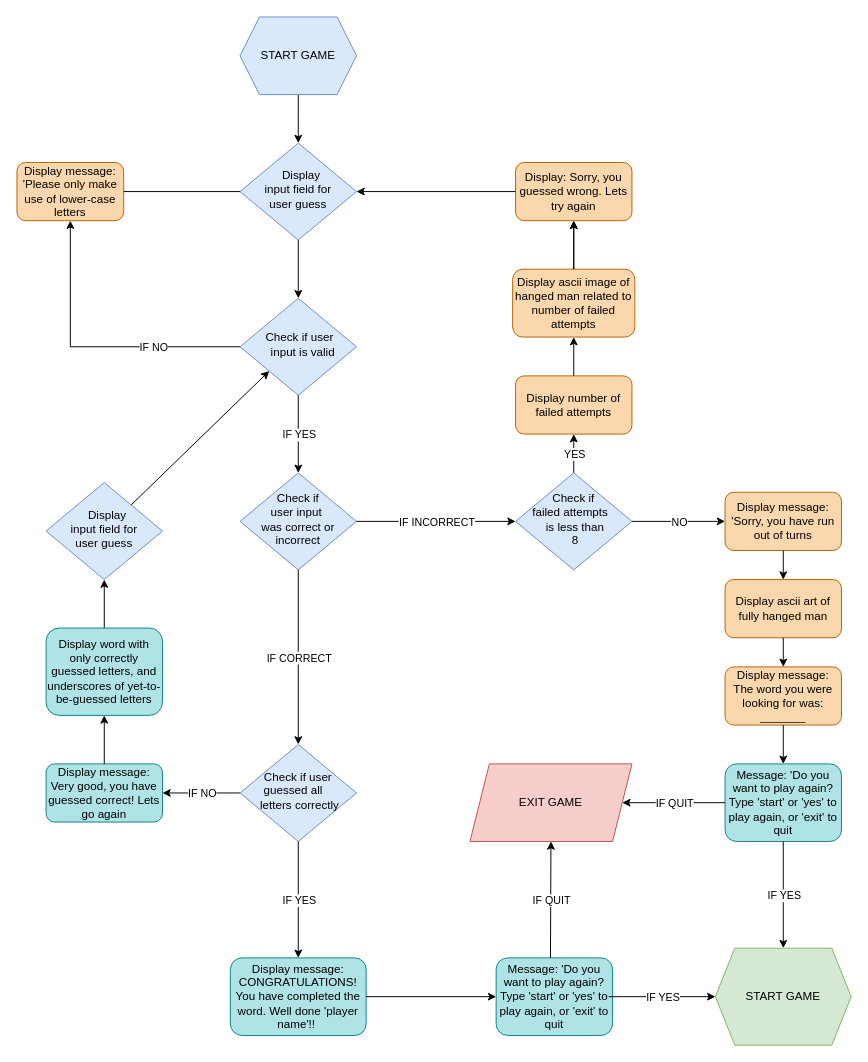
The draw.io diagram views/ingame-logic.drawio in Aron-M/Play-Hangman, before the edit. Source tidied: cells renumbered, new cells numbered last; positions are measured from the earlier drawing's top-left corner, leaving out a move shared by most shapes. Both pictures are drawn from the tidied source at 97%, with x=0, y=0 at pixel (16, 16).
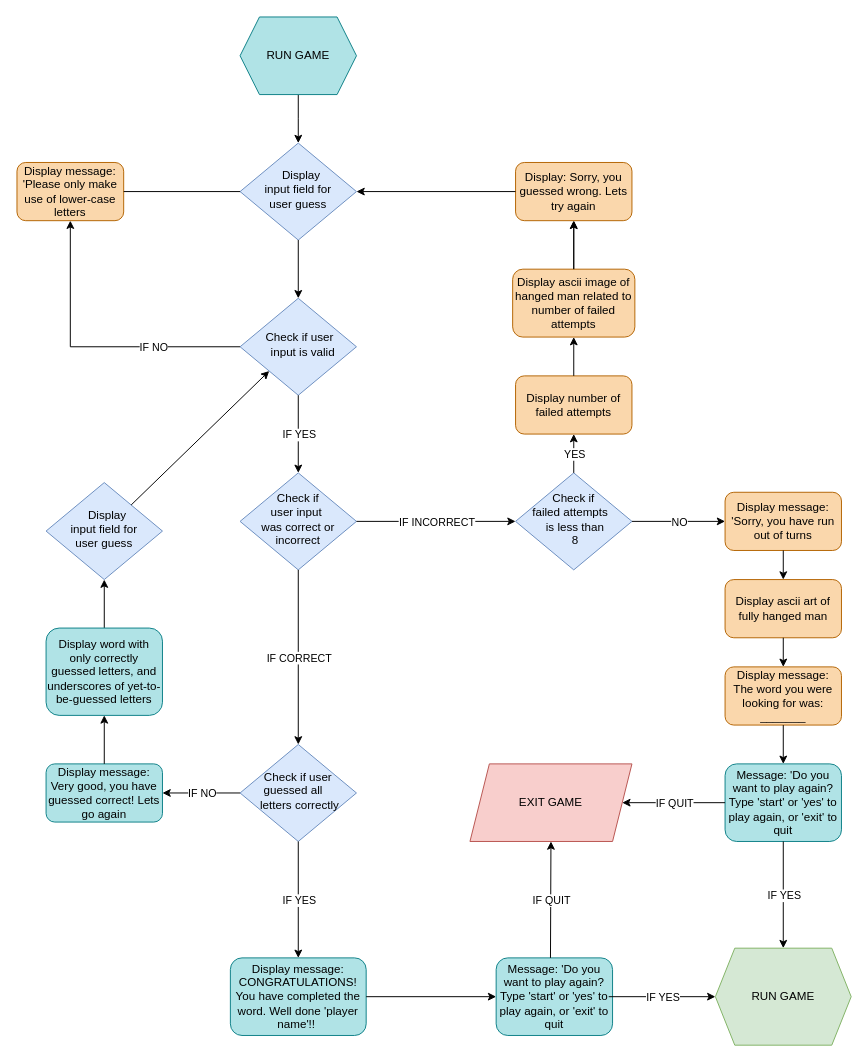
The same diagram, later.

Change to the diagram source:
```diff
@@
-    <mxCell id="6" value="START GAME" style="shape=hexagon;perimeter=hexagonPerimeter2;whiteSpace=wrap;html=1;fixedSize=1;fillColor=#dae8fc;strokeColor=#6c8ebf;" parent="1" vertex="1">
+    <mxCell id="6" value="RUN GAME" style="shape=hexagon;perimeter=hexagonPerimeter2;whiteSpace=wrap;html=1;fixedSize=1;fillColor=#b0e3e6;strokeColor=#0e8088;" parent="1" vertex="1">
       <mxGeometry x="230" width="120" height="80" as="geometry" />
     </mxCell>
@@
-    <mxCell id="33" value="START GAME" style="shape=hexagon;perimeter=hexagonPerimeter2;whiteSpace=wrap;html=1;fixedSize=1;fillColor=#d5e8d4;strokeColor=#82b366;" parent="1" vertex="1">
+    <mxCell id="33" value="RUN GAME" style="shape=hexagon;perimeter=hexagonPerimeter2;whiteSpace=wrap;html=1;fixedSize=1;fillColor=#d5e8d4;strokeColor=#82b366;" parent="1" vertex="1">
       <mxGeometry x="720" y="960" width="140" height="100" as="geometry" />
     </mxCell>
```
